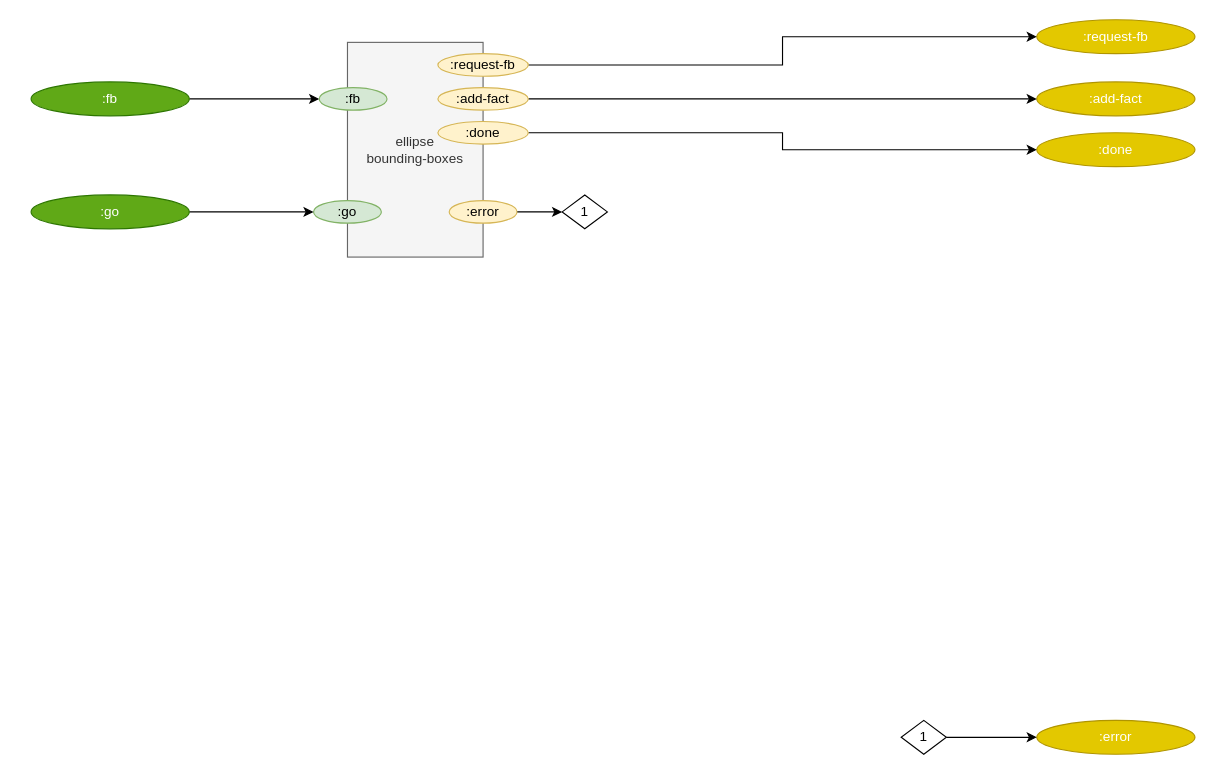
Before: page "Passes" (10 of 10) of svg/cl-compiler/doc/compiler-test-bed.drawio in bmfbp/bmfbp, a draw.io diagram. Source tidied: cells renumbered, new cells numbered last; positions are measured from the earlier drawing's top-left corner, leaving out a move shared by most shapes. Both pictures are drawn from the tidied source at 113%, with x=0, y=0 at pixel (31, 19).
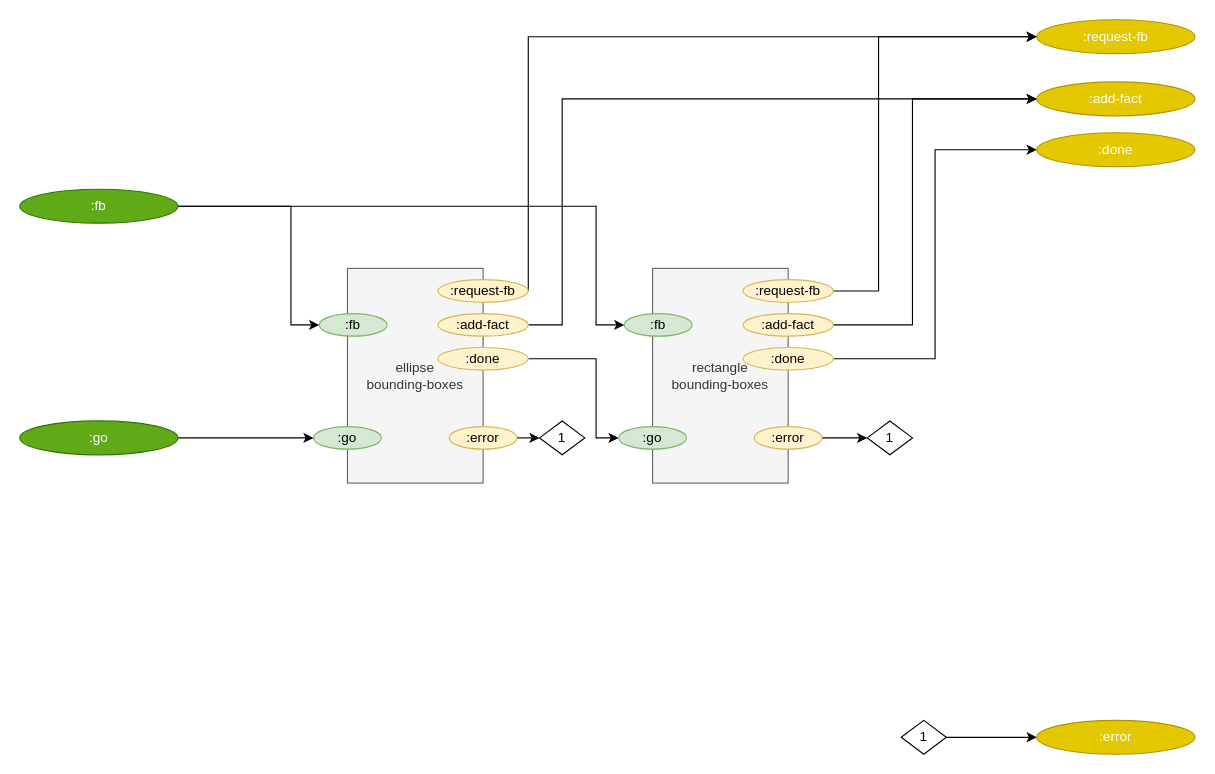
The same diagram, later.

Commit message (it also covers changes not shown here):
wip: adding rectangle bounding boxes

Unchanged cells that the change refers to:
```xml
<mxCell id="5" value=":done" style="ellipse;whiteSpace=wrap;html=1;fillColor=#e3c800;strokeColor=#B09500;fontColor=#ffffff;" parent="1" vertex="1">
  <mxGeometry x="890" y="100" width="140" height="30" as="geometry" />
</mxCell>
<mxCell id="6" value=":add-fact" style="ellipse;whiteSpace=wrap;html=1;fillColor=#e3c800;strokeColor=#B09500;fontColor=#ffffff;" parent="1" vertex="1">
  <mxGeometry x="890" y="55" width="140" height="30" as="geometry" />
</mxCell>
<mxCell id="7" value=":request-fb" style="ellipse;whiteSpace=wrap;html=1;fillColor=#e3c800;strokeColor=#B09500;fontColor=#ffffff;" parent="1" vertex="1">
  <mxGeometry x="890" width="140" height="30" as="geometry" />
</mxCell>
```

Change to the diagram source:
```diff
@@
     <mxCell id="2" style="edgeStyle=orthogonalEdgeStyle;rounded=0;jettySize=auto;html=1;exitX=1;exitY=0.5;exitDx=0;exitDy=0;entryX=0;entryY=0.5;entryDx=0;entryDy=0;" parent="1" edge="1" source="3" target="9">
-      <mxGeometry relative="1" as="geometry" />
+      <mxGeometry relative="1" as="geometry">
+        <Array as="points">
+          <mxPoint x="230" y="165" />
+          <mxPoint x="230" y="270" />
+        </Array>
+      </mxGeometry>
     </mxCell>
+    <mxCell id="24" style="edgeStyle=orthogonalEdgeStyle;rounded=0;jettySize=auto;html=1;exitX=1;exitY=0.5;exitDx=0;exitDy=0;entryX=0;entryY=0.5;entryDx=0;entryDy=0;" parent="1" edge="1" source="3" target="27">
+      <mxGeometry relative="1" as="geometry">
+        <Array as="points">
+          <mxPoint x="500" y="165" />
+          <mxPoint x="500" y="270" />
+        </Array>
+      </mxGeometry>
+    </mxCell>
     <mxCell id="3" value=":fb" style="ellipse;whiteSpace=wrap;html=1;fillColor=#60a917;strokeColor=#2D7600;fontColor=#ffffff;" parent="1" vertex="1">
-      <mxGeometry y="55" width="140" height="30" as="geometry" />
+      <mxGeometry x="-10" y="150" width="140" height="30" as="geometry" />
     </mxCell>
@@
     <mxCell id="8" value="ellipse&lt;br&gt;bounding-boxes" style="rounded=0;whiteSpace=wrap;html=1;fillColor=#f5f5f5;strokeColor=#666666;fontColor=#333333;" parent="1" vertex="1">
-      <mxGeometry x="280" y="20" width="120" height="190" as="geometry" />
+      <mxGeometry x="280" y="220" width="120" height="190" as="geometry" />
     </mxCell>
     <mxCell id="9" value=":fb" style="ellipse;whiteSpace=wrap;html=1;fillColor=#d5e8d4;strokeColor=#82b366;" parent="1" vertex="1">
-      <mxGeometry x="255" y="60" width="60" height="20" as="geometry" />
+      <mxGeometry x="255" y="260" width="60" height="20" as="geometry" />
     </mxCell>
     <mxCell id="10" style="edgeStyle=orthogonalEdgeStyle;rounded=0;jettySize=auto;html=1;exitX=1;exitY=0.5;exitDx=0;exitDy=0;entryX=0;entryY=0.5;entryDx=0;entryDy=0;" parent="1" edge="1" source="11" target="6">
-      <mxGeometry relative="1" as="geometry" />
+      <mxGeometry relative="1" as="geometry">
+        <Array as="points">
+          <mxPoint x="470" y="270" />
+          <mxPoint x="470" y="70" />
+        </Array>
+      </mxGeometry>
     </mxCell>
     <mxCell id="11" value=":add-fact" style="ellipse;whiteSpace=wrap;html=1;fillColor=#fff2cc;strokeColor=#d6b656;" parent="1" vertex="1">
-      <mxGeometry x="360" y="60" width="80" height="20" as="geometry" />
+      <mxGeometry x="360" y="260" width="80" height="20" as="geometry" />
     </mxCell>
@@
     <mxCell id="13" value=":error" style="ellipse;whiteSpace=wrap;html=1;fillColor=#fff2cc;strokeColor=#d6b656;" parent="1" vertex="1">
-      <mxGeometry x="370" y="160" width="60" height="20" as="geometry" />
+      <mxGeometry x="370" y="360" width="60" height="20" as="geometry" />
     </mxCell>
     <mxCell id="14" value=":go" style="ellipse;whiteSpace=wrap;html=1;fillColor=#d5e8d4;strokeColor=#82b366;" parent="1" vertex="1">
-      <mxGeometry x="250" y="160" width="60" height="20" as="geometry" />
+      <mxGeometry x="250" y="360" width="60" height="20" as="geometry" />
     </mxCell>
-    <mxCell id="15" style="edgeStyle=orthogonalEdgeStyle;rounded=0;jettySize=auto;html=1;exitX=1;exitY=0.5;exitDx=0;exitDy=0;entryX=0;entryY=0.5;entryDx=0;entryDy=0;" parent="1" edge="1" source="16" target="5">
-      <mxGeometry relative="1" as="geometry" />
-    </mxCell>
+    <mxCell id="25" style="edgeStyle=orthogonalEdgeStyle;rounded=0;jettySize=auto;html=1;exitX=1;exitY=0.5;exitDx=0;exitDy=0;entryX=0;entryY=0.5;entryDx=0;entryDy=0;" parent="1" edge="1" source="16" target="32">
+      <mxGeometry relative="1" as="geometry">
+        <Array as="points">
+          <mxPoint x="500" y="300" />
+          <mxPoint x="500" y="370" />
+        </Array>
+      </mxGeometry>
+    </mxCell>
     <mxCell id="16" value=":done" style="ellipse;whiteSpace=wrap;html=1;fillColor=#fff2cc;strokeColor=#d6b656;" parent="1" vertex="1">
-      <mxGeometry x="360" y="90" width="80" height="20" as="geometry" />
+      <mxGeometry x="360" y="290" width="80" height="20" as="geometry" />
     </mxCell>
@@
     <mxCell id="18" value=":go" style="ellipse;whiteSpace=wrap;html=1;fillColor=#60a917;strokeColor=#2D7600;fontColor=#ffffff;" parent="1" vertex="1">
-      <mxGeometry y="155" width="140" height="30" as="geometry" />
+      <mxGeometry x="-10" y="355" width="140" height="30" as="geometry" />
     </mxCell>
@@
     <mxCell id="21" value="1" style="rhombus;whiteSpace=wrap;html=1;" parent="1" vertex="1">
-      <mxGeometry x="470" y="155" width="40" height="30" as="geometry" />
+      <mxGeometry x="450" y="355" width="40" height="30" as="geometry" />
     </mxCell>
     <mxCell id="22" style="edgeStyle=orthogonalEdgeStyle;rounded=0;jettySize=auto;html=1;exitX=1;exitY=0.5;exitDx=0;exitDy=0;entryX=0;entryY=0.5;entryDx=0;entryDy=0;" parent="1" edge="1" source="23" target="7">
-      <mxGeometry relative="1" as="geometry" />
+      <mxGeometry relative="1" as="geometry">
+        <Array as="points">
+          <mxPoint x="440" y="15" />
+        </Array>
+      </mxGeometry>
     </mxCell>
     <mxCell id="23" value=":request-fb" style="ellipse;whiteSpace=wrap;html=1;fillColor=#fff2cc;strokeColor=#d6b656;" parent="1" vertex="1">
-      <mxGeometry x="360" y="30" width="80" height="20" as="geometry" />
+      <mxGeometry x="360" y="230" width="80" height="20" as="geometry" />
     </mxCell>
+    <mxCell id="26" value="rectangle&lt;br&gt;bounding-boxes" style="rounded=0;whiteSpace=wrap;html=1;fillColor=#f5f5f5;strokeColor=#666666;fontColor=#333333;" parent="1" vertex="1">
+      <mxGeometry x="550" y="220" width="120" height="190" as="geometry" />
+    </mxCell>
+    <mxCell id="27" value=":fb" style="ellipse;whiteSpace=wrap;html=1;fillColor=#d5e8d4;strokeColor=#82b366;" parent="1" vertex="1">
+      <mxGeometry x="525" y="260" width="60" height="20" as="geometry" />
+    </mxCell>
+    <mxCell id="28" style="edgeStyle=orthogonalEdgeStyle;rounded=0;jettySize=auto;html=1;exitX=1;exitY=0.5;exitDx=0;exitDy=0;entryX=0;entryY=0.5;entryDx=0;entryDy=0;" parent="1" edge="1" source="29" target="6">
+      <mxGeometry relative="1" as="geometry">
+        <Array as="points">
+          <mxPoint x="780" y="270" />
+          <mxPoint x="780" y="70" />
+        </Array>
+      </mxGeometry>
+    </mxCell>
+    <mxCell id="29" value=":add-fact" style="ellipse;whiteSpace=wrap;html=1;fillColor=#fff2cc;strokeColor=#d6b656;" parent="1" vertex="1">
+      <mxGeometry x="630" y="260" width="80" height="20" as="geometry" />
+    </mxCell>
+    <mxCell id="30" style="edgeStyle=orthogonalEdgeStyle;rounded=0;jettySize=auto;html=1;exitX=1;exitY=0.5;exitDx=0;exitDy=0;entryX=0;entryY=0.5;entryDx=0;entryDy=0;" parent="1" edge="1" source="31" target="35">
+      <mxGeometry relative="1" as="geometry" />
+    </mxCell>
+    <mxCell id="31" value=":error" style="ellipse;whiteSpace=wrap;html=1;fillColor=#fff2cc;strokeColor=#d6b656;" parent="1" vertex="1">
+      <mxGeometry x="640" y="360" width="60" height="20" as="geometry" />
+    </mxCell>
+    <mxCell id="32" value=":go" style="ellipse;whiteSpace=wrap;html=1;fillColor=#d5e8d4;strokeColor=#82b366;" parent="1" vertex="1">
+      <mxGeometry x="520" y="360" width="60" height="20" as="geometry" />
+    </mxCell>
+    <mxCell id="33" style="edgeStyle=orthogonalEdgeStyle;rounded=0;jettySize=auto;html=1;exitX=1;exitY=0.5;exitDx=0;exitDy=0;entryX=0;entryY=0.5;entryDx=0;entryDy=0;" parent="1" edge="1" source="34" target="5">
+      <mxGeometry relative="1" as="geometry" />
+    </mxCell>
+    <mxCell id="34" value=":done" style="ellipse;whiteSpace=wrap;html=1;fillColor=#fff2cc;strokeColor=#d6b656;" parent="1" vertex="1">
+      <mxGeometry x="630" y="290" width="80" height="20" as="geometry" />
+    </mxCell>
+    <mxCell id="35" value="1" style="rhombus;whiteSpace=wrap;html=1;" parent="1" vertex="1">
+      <mxGeometry x="740" y="355" width="40" height="30" as="geometry" />
+    </mxCell>
+    <mxCell id="36" style="edgeStyle=orthogonalEdgeStyle;rounded=0;jettySize=auto;html=1;exitX=1;exitY=0.5;exitDx=0;exitDy=0;entryX=0;entryY=0.5;entryDx=0;entryDy=0;" parent="1" edge="1" source="37" target="7">
+      <mxGeometry relative="1" as="geometry">
+        <Array as="points">
+          <mxPoint x="750" y="240" />
+          <mxPoint x="750" y="15" />
+        </Array>
+      </mxGeometry>
+    </mxCell>
+    <mxCell id="37" value=":request-fb" style="ellipse;whiteSpace=wrap;html=1;fillColor=#fff2cc;strokeColor=#d6b656;" parent="1" vertex="1">
+      <mxGeometry x="630" y="230" width="80" height="20" as="geometry" />
+    </mxCell>
```
